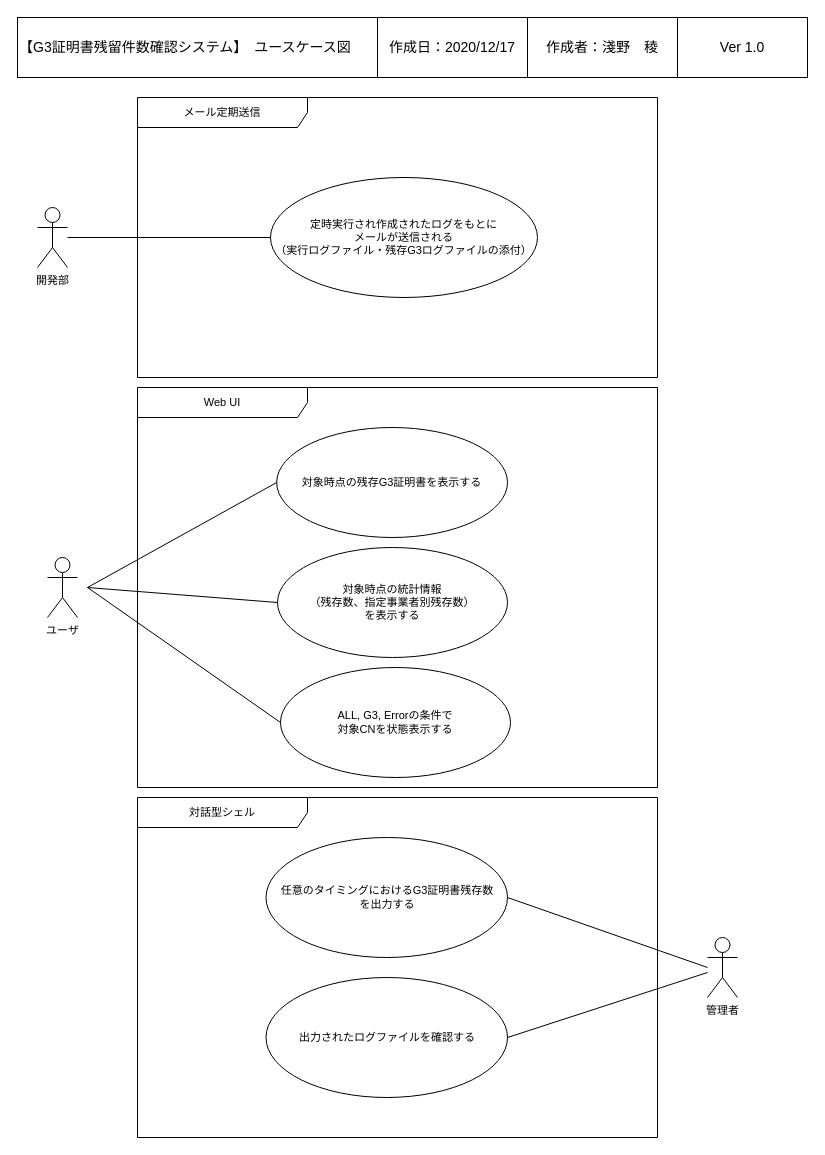
Earlier version of the draw.io diagram page "ユースケース図" (4 of 6) of UMLDiagram.drawio (r-asano/kaihatsubuKenshu). Source tidied: cells renumbered, new cells numbered last; positions are measured from the earlier drawing's top-left corner, leaving out a move shared by most shapes. Both pictures are drawn from the tidied source at 100%, with x=0, y=0 at pixel (17, 17).
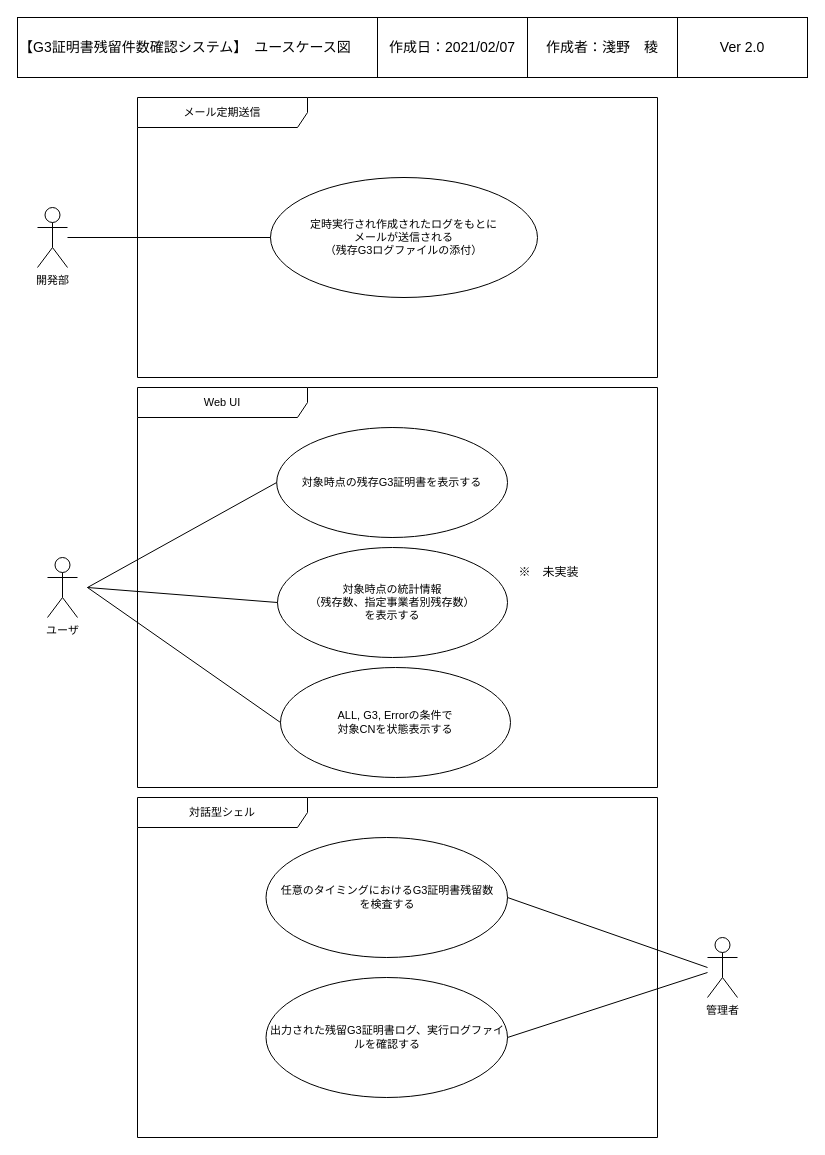
After the change.

Commit message:
UMLDiagram.drawio を更新します

Change to the diagram source:
```diff
@@
-    <mxCell id="6" value="&lt;div style=&quot;font-size: 11px&quot;&gt;定時実行され作成されたログをもとに&lt;/div&gt;&lt;div style=&quot;font-size: 11px&quot;&gt;メールが送信される&lt;/div&gt;&lt;div style=&quot;font-size: 11px&quot;&gt;（実行ログファイル・残存G3ログファイルの添付）&lt;br style=&quot;font-size: 11px&quot;&gt;&lt;/div&gt;" style="ellipse;whiteSpace=wrap;html=1;fontSize=11;" parent="1" vertex="1">
+    <mxCell id="6" value="&lt;div style=&quot;font-size: 11px&quot;&gt;定時実行され作成されたログをもとに&lt;/div&gt;&lt;div style=&quot;font-size: 11px&quot;&gt;メールが送信される&lt;/div&gt;&lt;div style=&quot;font-size: 11px&quot;&gt;（残存G3ログファイルの添付）&lt;br style=&quot;font-size: 11px&quot;&gt;&lt;/div&gt;" style="ellipse;whiteSpace=wrap;html=1;fontSize=11;" parent="1" vertex="1">
       <mxGeometry x="253" y="160" width="267" height="120" as="geometry" />
     </mxCell>
@@
-    <mxCell id="12" value="&lt;div style=&quot;font-size: 11px&quot;&gt;任意のタイミングにおけるG3証明書残存数&lt;/div&gt;&lt;div style=&quot;font-size: 11px&quot;&gt;を出力する&lt;br&gt;&lt;/div&gt;" style="ellipse;whiteSpace=wrap;html=1;fontSize=11;" parent="1" vertex="1">
+    <mxCell id="12" value="&lt;div style=&quot;font-size: 11px&quot;&gt;任意のタイミングにおけるG3証明書残留数&lt;/div&gt;&lt;div style=&quot;font-size: 11px&quot;&gt;を検査する&lt;br&gt;&lt;/div&gt;" style="ellipse;whiteSpace=wrap;html=1;fontSize=11;" parent="1" vertex="1">
       <mxGeometry x="248.5" y="820" width="241.5" height="120" as="geometry" />
     </mxCell>
@@
-    <mxCell id="18" value="&lt;font style=&quot;font-size: 14px&quot;&gt;作成日：2020/12/17&lt;/font&gt;" style="rounded=0;whiteSpace=wrap;html=1;fontSize=14;" parent="1" vertex="1">
+    <mxCell id="18" value="&lt;font style=&quot;font-size: 14px&quot;&gt;作成日：2021/02/07&lt;/font&gt;" style="rounded=0;whiteSpace=wrap;html=1;fontSize=14;" parent="1" vertex="1">
       <mxGeometry x="360" width="150" height="60" as="geometry" />
     </mxCell>
@@
-    <mxCell id="20" value="&lt;font style=&quot;font-size: 14px;&quot;&gt;Ver 1.0&lt;/font&gt;" style="rounded=0;whiteSpace=wrap;html=1;fontSize=14;" parent="1" vertex="1">
+    <mxCell id="20" value="&lt;font style=&quot;font-size: 14px&quot;&gt;Ver 2.0&lt;/font&gt;" style="rounded=0;whiteSpace=wrap;html=1;fontSize=14;" parent="1" vertex="1">
       <mxGeometry x="660" width="130" height="60" as="geometry" />
     </mxCell>
-    <mxCell id="21" value="出力されたログファイルを確認する" style="ellipse;whiteSpace=wrap;html=1;fontSize=11;" parent="1" vertex="1">
+    <mxCell id="21" value="出力された残留G3証明書ログ、実行ログファイルを確認する" style="ellipse;whiteSpace=wrap;html=1;fontSize=11;" parent="1" vertex="1">
       <mxGeometry x="248.5" y="960" width="241.5" height="120" as="geometry" />
     </mxCell>
@@
+    <mxCell id="24" value="※　未実装" style="text;html=1;strokeColor=none;fillColor=none;align=center;verticalAlign=middle;whiteSpace=wrap;rounded=0;" parent="1" vertex="1">
+      <mxGeometry x="493" y="545" width="77" height="20" as="geometry" />
+    </mxCell>
```
